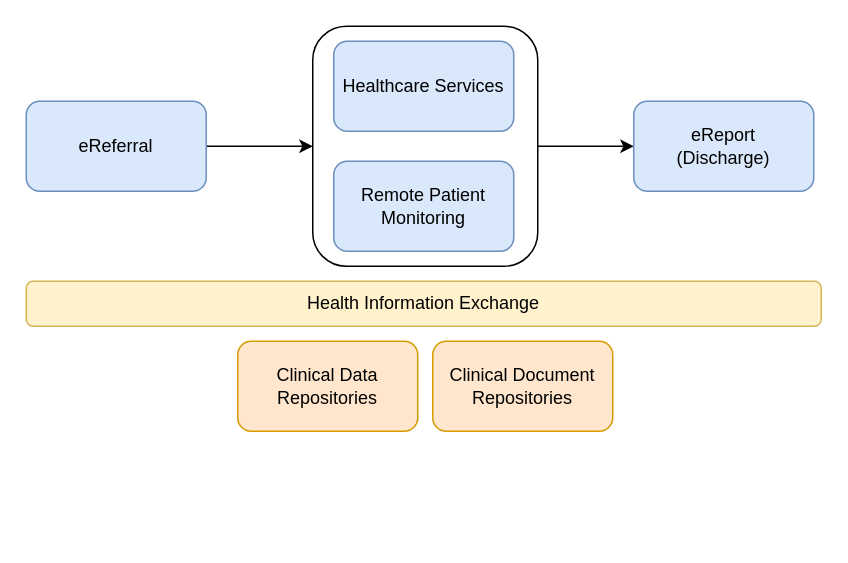
Above: Drawio/VHDomain.drawio in Virtually-Healthcare/virtually-healthcare.github.com (draw.io), before the change. Source tidied: cells renumbered, new cells numbered last; positions are measured from the earlier drawing's top-left corner, leaving out a move shared by most shapes. Both pictures are drawn from the tidied source at 150%, with x=0, y=0 at pixel (26, 26).
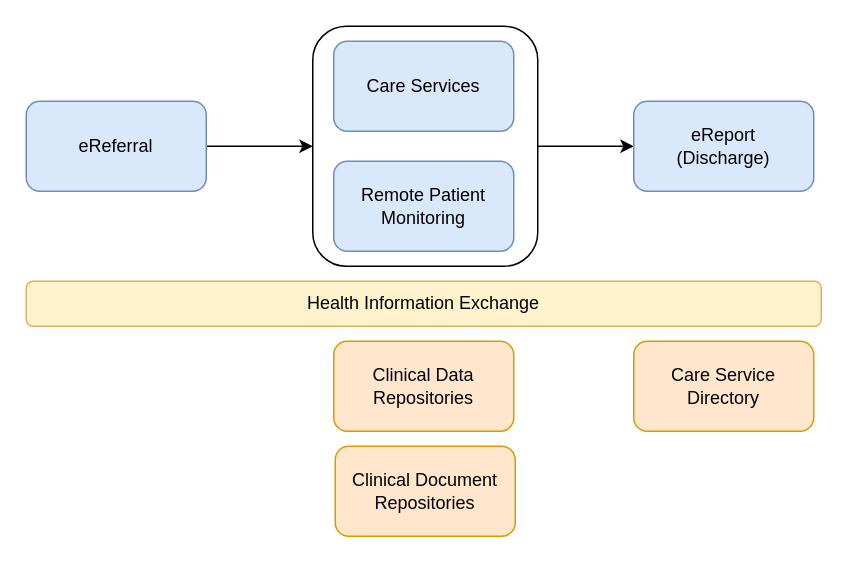
The same diagram, later.

Commit message (it also covers changes not shown here):
Overview domain

The edit, as a diff of the source:
```diff
@@
 <mxGraphModel>
   <root>
     <mxCell id="0" />
     <mxCell id="1" parent="0" />
     <mxCell id="2" style="rounded=1;whiteSpace=wrap;html=1;" parent="1" vertex="1">
       <mxGeometry x="191" width="150" height="160" as="geometry" />
     </mxCell>
     <mxCell id="3" style="edgeStyle=orthogonalEdgeStyle;rounded=0;jettySize=auto;html=1;exitX=1;exitY=0.5;exitDx=0;exitDy=0;" parent="1" edge="1" source="2" target="5">
       <mxGeometry relative="1" as="geometry" />
     </mxCell>
     <mxCell id="4" value="Remote Patient Monitoring" style="rounded=1;whiteSpace=wrap;html=1;fillColor=#dae8fc;strokeColor=#6c8ebf;" parent="1" vertex="1">
       <mxGeometry x="205" y="90" width="120" height="60" as="geometry" />
     </mxCell>
     <mxCell id="5" value="eReport&lt;br&gt;(Discharge)" style="whiteSpace=wrap;html=1;fillColor=#dae8fc;strokeColor=#6c8ebf;rounded=1;" parent="1" vertex="1">
       <mxGeometry x="405" y="50" width="120" height="60" as="geometry" />
     </mxCell>
     <mxCell id="6" style="edgeStyle=orthogonalEdgeStyle;rounded=0;jettySize=auto;html=1;entryX=0;entryY=0.5;entryDx=0;entryDy=0;" parent="1" edge="1" source="7" target="2">
       <mxGeometry relative="1" as="geometry" />
     </mxCell>
     <mxCell id="7" value="eReferral" style="whiteSpace=wrap;html=1;fillColor=#dae8fc;strokeColor=#6c8ebf;rounded=1;" parent="1" vertex="1">
       <mxGeometry y="50" width="120" height="60" as="geometry" />
     </mxCell>
     <mxCell id="8" value="Health Information Exchange" style="rounded=1;whiteSpace=wrap;html=1;fillColor=#fff2cc;strokeColor=#d6b656;" parent="1" vertex="1">
       <mxGeometry y="170" width="530" height="30" as="geometry" />
     </mxCell>
     <mxCell id="9" value="Clinical Data Repositories" style="rounded=1;whiteSpace=wrap;html=1;fillColor=#ffe6cc;strokeColor=#d79b00;" parent="1" vertex="1">
-      <mxGeometry x="141" y="210" width="120" height="60" as="geometry" />
+      <mxGeometry x="205" y="210" width="120" height="60" as="geometry" />
     </mxCell>
-    <mxCell id="10" value="Healthcare Services" style="rounded=1;whiteSpace=wrap;html=1;fillColor=#dae8fc;strokeColor=#6c8ebf;" parent="1" vertex="1">
+    <mxCell id="10" value="Care Services" style="rounded=1;whiteSpace=wrap;html=1;fillColor=#dae8fc;strokeColor=#6c8ebf;" parent="1" vertex="1">
       <mxGeometry x="205" y="10" width="120" height="60" as="geometry" />
     </mxCell>
     <mxCell id="11" value="Clinical Document Repositories" style="rounded=1;whiteSpace=wrap;html=1;fillColor=#ffe6cc;strokeColor=#d79b00;" parent="1" vertex="1">
-      <mxGeometry x="271" y="210" width="120" height="60" as="geometry" />
+      <mxGeometry x="206" y="280" width="120" height="60" as="geometry" />
     </mxCell>
+    <mxCell id="12" value="Care Service Directory" style="rounded=1;whiteSpace=wrap;html=1;fillColor=#ffe6cc;strokeColor=#d79b00;" parent="1" vertex="1">
+      <mxGeometry x="405" y="210" width="120" height="60" as="geometry" />
+    </mxCell>
   </root>
 </mxGraphModel>
```
